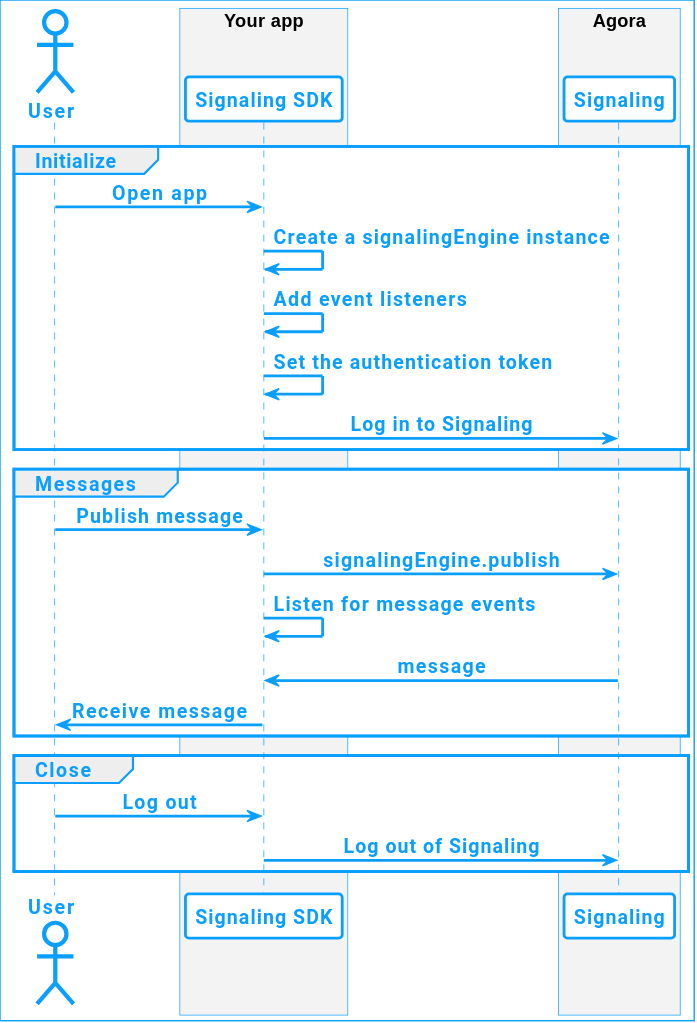
Earlier version of the PlantUML export assets/images/signaling/get-started-workflow.svg (AgoraIO/Docs-Source).
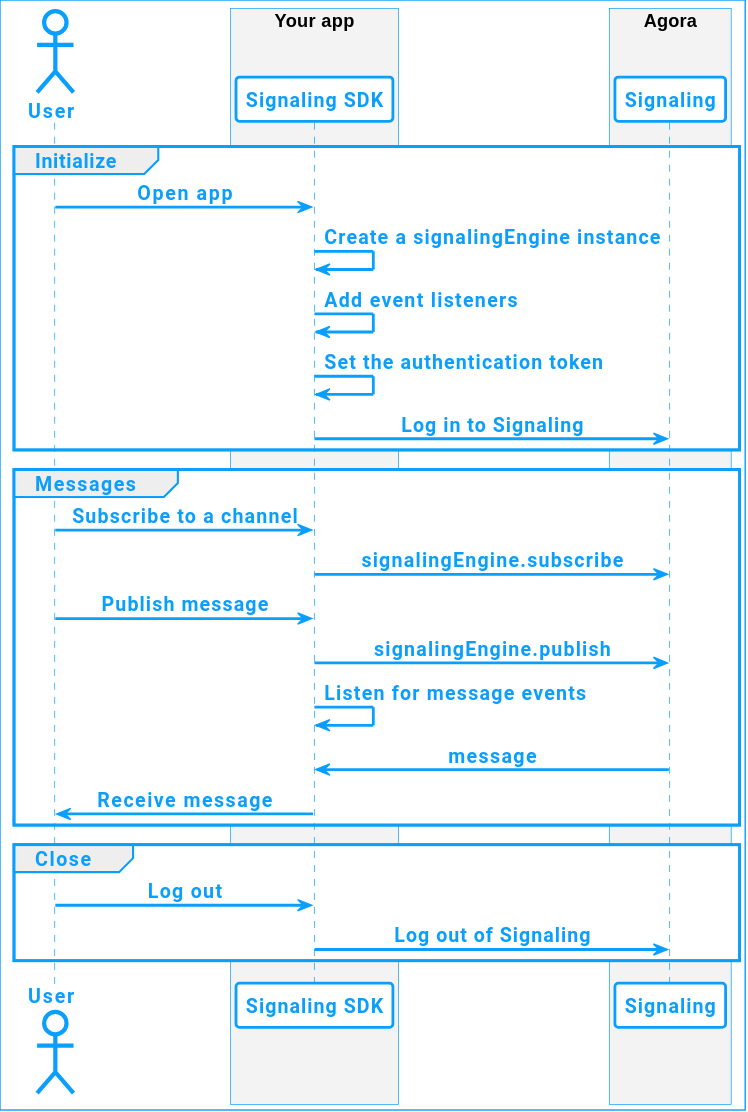
Above is the later version.

Change to the diagram source:
```diff
@@ -20,7 +20,8 @@
 end
 
 group Messages
-
+USR -> APP: Subscribe to a channel
+APP -> API: signalingEngine.subscribe
 USR -> APP: Publish message
 APP -> API: signalingEngine.publish
 APP -> APP: Listen for message events
```
